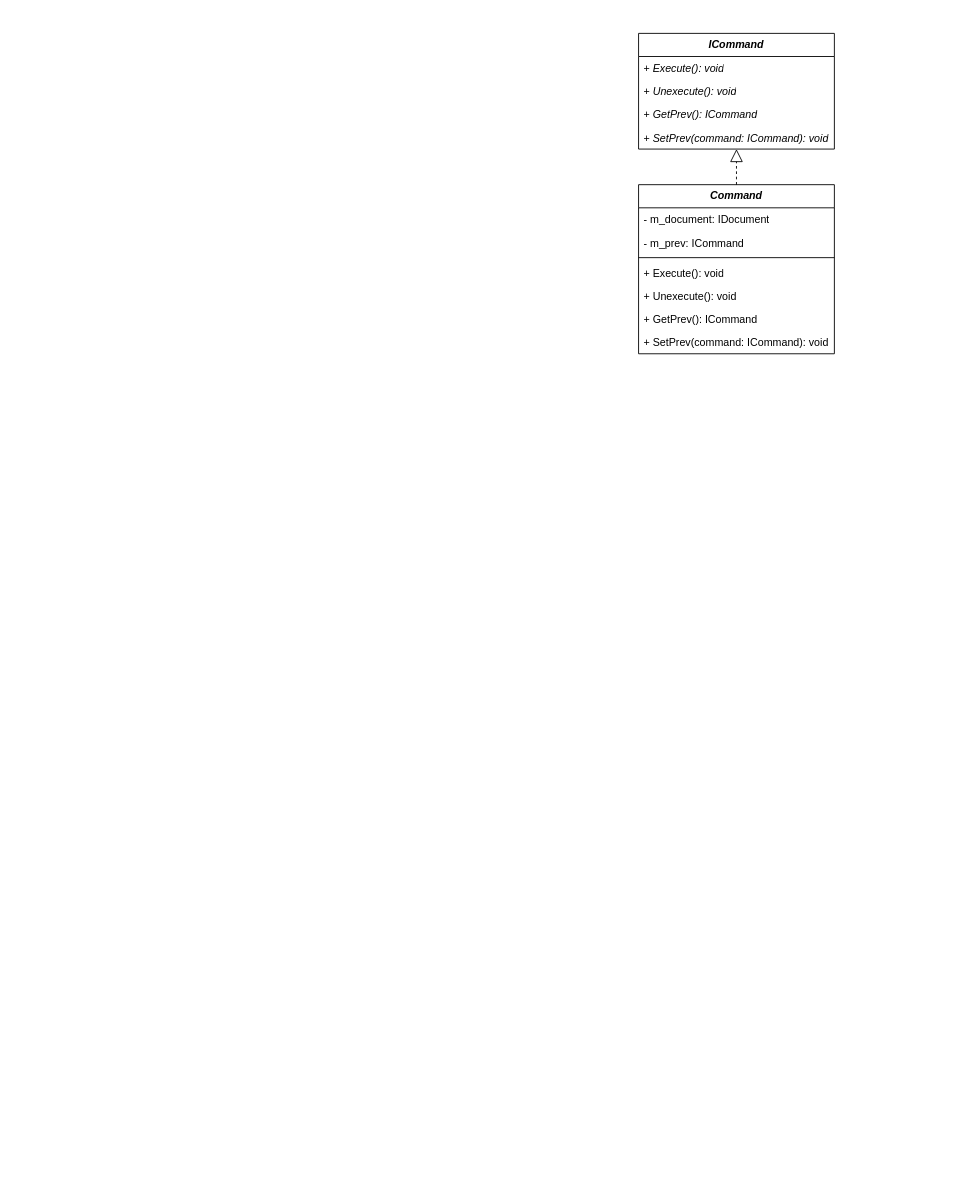
This is command/diagram.drawio from roman-kutimskii/object-oriented-design, a draw.io file, before an edit. Source tidied: cells renumbered, new cells numbered last; positions are measured from the earlier drawing's top-left corner, leaving out a move shared by most shapes. Both pictures are drawn from the tidied source at 89%, with x=0, y=0 at pixel (638, 33).
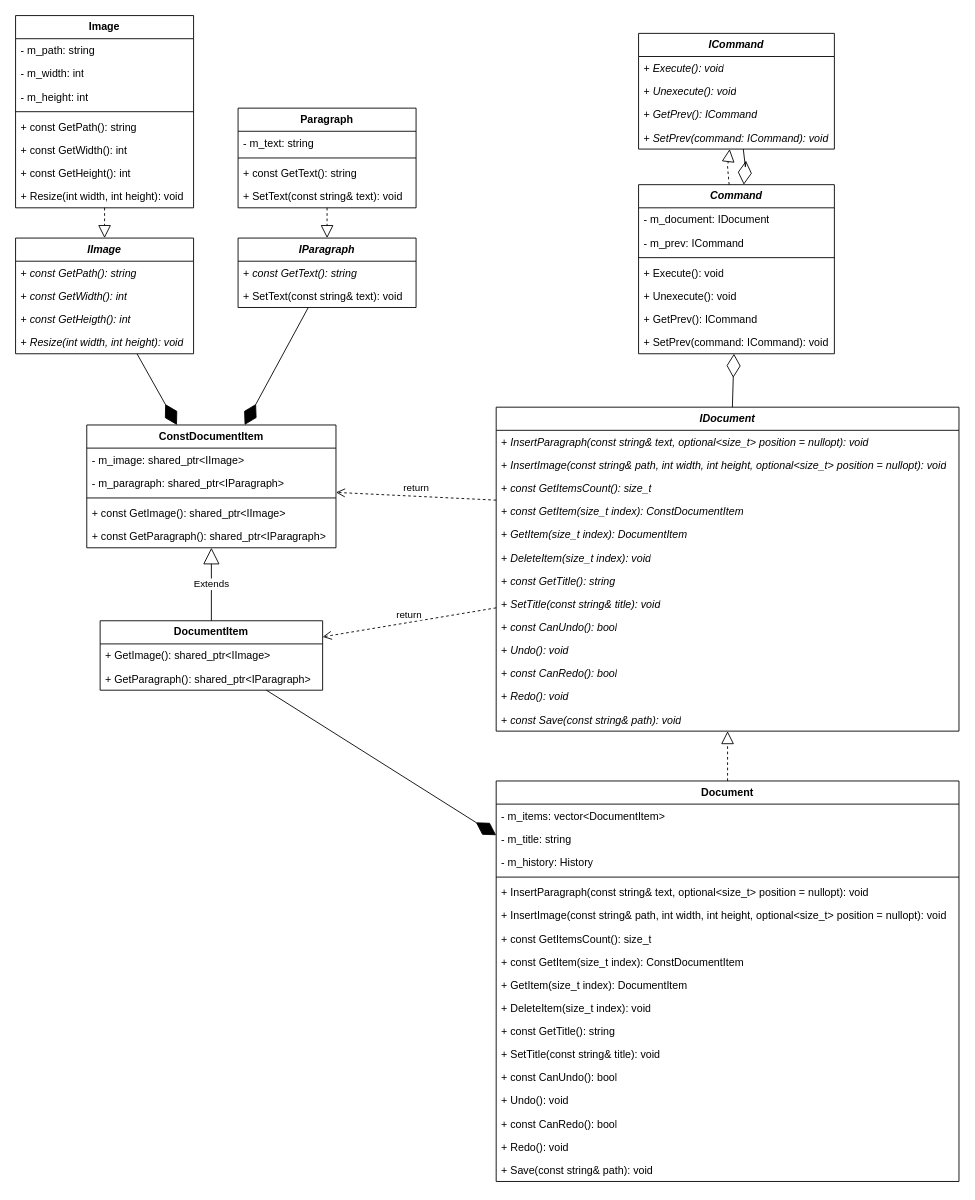
Above is the later version.

Commit message:
Дополнить диаграмму

The change refers to these unchanged cells:
```xml
<mxCell id="2" value="&lt;i&gt;&lt;b&gt;ICommand&lt;/b&gt;&lt;/i&gt;" style="swimlane;fontStyle=0;horizontal=1;startSize=26;fillColor=none;whiteSpace=wrap;html=1;" parent="1" vertex="1">
  <mxGeometry width="220" height="130" as="geometry" />
</mxCell>
<mxCell id="7" value="&lt;b&gt;&lt;i&gt;Command&lt;/i&gt;&lt;/b&gt;" style="swimlane;fontStyle=0;horizontal=1;startSize=26;fillColor=none;whiteSpace=wrap;html=1;" parent="1" vertex="1">
  <mxGeometry y="170" width="220" height="190" as="geometry" />
</mxCell>
```

Change to the diagram source:
```diff
@@
     <mxCell id="15" style="endArrow=block;dashed=1;endFill=0;endSize=12;html=1;rounded=0;" parent="1" edge="1" source="7" target="2">
-      <mxGeometry relative="1" as="geometry" />
+      <mxGeometry relative="1" as="geometry">
+        <Array as="points">
+          <mxPoint x="100" y="150" />
+        </Array>
+      </mxGeometry>
     </mxCell>
+    <mxCell id="16" value="&lt;b&gt;&lt;i&gt;IDocument&lt;/i&gt;&lt;/b&gt;" style="swimlane;fontStyle=0;horizontal=1;startSize=26;fillColor=none;whiteSpace=wrap;html=1;" parent="1" vertex="1">
+      <mxGeometry x="-160" y="420" width="520" height="364" as="geometry" />
+    </mxCell>
+    <mxCell id="17" value="+ &lt;i&gt;InsertParagraph(const string&amp;amp; text, optional&amp;lt;size_t&amp;gt; position = nullopt): void&lt;/i&gt;" style="text;strokeColor=none;fillColor=none;align=left;verticalAlign=top;spacingLeft=4;spacingRight=4;overflow=hidden;whiteSpace=wrap;html=1;" parent="16" vertex="1">
+      <mxGeometry y="26" width="520" height="26" as="geometry" />
+    </mxCell>
+    <mxCell id="18" value="+&amp;nbsp;&lt;i&gt;InsertImage(const string&amp;amp; path, int width, int height, optional&amp;lt;size_t&amp;gt; position = nullopt): void&lt;/i&gt;" style="text;strokeColor=none;fillColor=none;align=left;verticalAlign=top;spacingLeft=4;spacingRight=4;overflow=hidden;whiteSpace=wrap;html=1;" parent="16" vertex="1">
+      <mxGeometry y="52" width="520" height="26" as="geometry" />
+    </mxCell>
+    <mxCell id="19" value="+ &lt;i&gt;const GetItemsCount(): size_t&lt;/i&gt;" style="text;strokeColor=none;fillColor=none;align=left;verticalAlign=top;spacingLeft=4;spacingRight=4;overflow=hidden;whiteSpace=wrap;html=1;" parent="16" vertex="1">
+      <mxGeometry y="78" width="520" height="26" as="geometry" />
+    </mxCell>
+    <mxCell id="20" value="+ &lt;i&gt;const GetItem(size_t index): ConstDocumentItem&lt;/i&gt;" style="text;strokeColor=none;fillColor=none;align=left;verticalAlign=top;spacingLeft=4;spacingRight=4;overflow=hidden;points=[[0,0.5],[1,0.5]];portConstraint=eastwest;whiteSpace=wrap;html=1;" parent="16" vertex="1">
+      <mxGeometry y="104" width="520" height="26" as="geometry" />
+    </mxCell>
+    <mxCell id="21" value="+ &lt;i&gt;GetItem(size_t index): DocumentItem&lt;/i&gt;" style="text;strokeColor=none;fillColor=none;align=left;verticalAlign=top;spacingLeft=4;spacingRight=4;overflow=hidden;whiteSpace=wrap;html=1;" parent="16" vertex="1">
+      <mxGeometry y="130" width="520" height="26" as="geometry" />
+    </mxCell>
+    <mxCell id="22" value="+ &lt;i&gt;DeleteItem(size_t index): void&lt;/i&gt;" style="text;strokeColor=none;fillColor=none;align=left;verticalAlign=top;spacingLeft=4;spacingRight=4;overflow=hidden;whiteSpace=wrap;html=1;" parent="16" vertex="1">
+      <mxGeometry y="156" width="520" height="26" as="geometry" />
+    </mxCell>
+    <mxCell id="23" value="+ &lt;i&gt;const GetTitle(): string&lt;/i&gt;" style="text;strokeColor=none;fillColor=none;align=left;verticalAlign=top;spacingLeft=4;spacingRight=4;overflow=hidden;whiteSpace=wrap;html=1;" parent="16" vertex="1">
+      <mxGeometry y="182" width="520" height="26" as="geometry" />
+    </mxCell>
+    <mxCell id="24" value="+ &lt;i&gt;SetTitle(const string&amp;amp; title): void&lt;/i&gt;" style="text;strokeColor=none;fillColor=none;align=left;verticalAlign=top;spacingLeft=4;spacingRight=4;overflow=hidden;whiteSpace=wrap;html=1;" parent="16" vertex="1">
+      <mxGeometry y="208" width="520" height="26" as="geometry" />
+    </mxCell>
+    <mxCell id="25" value="+ &lt;i&gt;const&amp;nbsp;CanUndo(): bool&lt;/i&gt;" style="text;strokeColor=none;fillColor=none;align=left;verticalAlign=top;spacingLeft=4;spacingRight=4;overflow=hidden;whiteSpace=wrap;html=1;" parent="16" vertex="1">
+      <mxGeometry y="234" width="520" height="26" as="geometry" />
+    </mxCell>
+    <mxCell id="26" value="+ &lt;i&gt;Undo(): void&lt;/i&gt;" style="text;strokeColor=none;fillColor=none;align=left;verticalAlign=top;spacingLeft=4;spacingRight=4;overflow=hidden;whiteSpace=wrap;html=1;" parent="16" vertex="1">
+      <mxGeometry y="260" width="520" height="26" as="geometry" />
+    </mxCell>
+    <mxCell id="27" value="+ &lt;i&gt;const CanRedo(): bool&lt;/i&gt;" style="text;strokeColor=none;fillColor=none;align=left;verticalAlign=top;spacingLeft=4;spacingRight=4;overflow=hidden;whiteSpace=wrap;html=1;" parent="16" vertex="1">
+      <mxGeometry y="286" width="520" height="26" as="geometry" />
+    </mxCell>
+    <mxCell id="28" value="+ &lt;i&gt;Redo(): void&lt;/i&gt;" style="text;strokeColor=none;fillColor=none;align=left;verticalAlign=top;spacingLeft=4;spacingRight=4;overflow=hidden;whiteSpace=wrap;html=1;" parent="16" vertex="1">
+      <mxGeometry y="312" width="520" height="26" as="geometry" />
+    </mxCell>
+    <mxCell id="29" value="+ &lt;i&gt;const Save(const string&amp;amp; path): void&lt;/i&gt;" style="text;strokeColor=none;fillColor=none;align=left;verticalAlign=top;spacingLeft=4;spacingRight=4;overflow=hidden;whiteSpace=wrap;html=1;" parent="16" vertex="1">
+      <mxGeometry y="338" width="520" height="26" as="geometry" />
+    </mxCell>
+    <mxCell id="30" style="endArrow=diamondThin;endFill=0;endSize=24;html=1;rounded=0;" parent="1" edge="1" source="16" target="7">
+      <mxGeometry relative="1" as="geometry" />
+    </mxCell>
+    <mxCell id="31" style="endArrow=diamondThin;endFill=0;endSize=24;html=1;rounded=0;" parent="1" edge="1" source="2" target="7">
+      <mxGeometry relative="1" as="geometry">
+        <Array as="points">
+          <mxPoint x="120" y="150" />
+        </Array>
+      </mxGeometry>
+    </mxCell>
+    <mxCell id="32" value="&lt;b&gt;ConstDocumentItem&lt;/b&gt;" style="swimlane;fontStyle=0;horizontal=1;startSize=26;fillColor=none;whiteSpace=wrap;html=1;" parent="1" vertex="1">
+      <mxGeometry x="-620" y="440" width="280" height="138" as="geometry" />
+    </mxCell>
+    <mxCell id="33" value="- m_image: shared_ptr&amp;lt;IImage&amp;gt;" style="text;strokeColor=none;fillColor=none;align=left;verticalAlign=top;spacingLeft=4;spacingRight=4;overflow=hidden;whiteSpace=wrap;html=1;" parent="32" vertex="1">
+      <mxGeometry y="26" width="280" height="26" as="geometry" />
+    </mxCell>
+    <mxCell id="34" value="- m_paragraph: shared_ptr&amp;lt;IParagraph&amp;gt;" style="text;strokeColor=none;fillColor=none;align=left;verticalAlign=top;spacingLeft=4;spacingRight=4;overflow=hidden;whiteSpace=wrap;html=1;" parent="32" vertex="1">
+      <mxGeometry y="52" width="280" height="26" as="geometry" />
+    </mxCell>
+    <mxCell id="35" style="line;strokeWidth=1;fillColor=none;align=left;verticalAlign=middle;spacingTop=-1;spacingLeft=3;spacingRight=3;labelPosition=right;strokeColor=inherit;" parent="32" vertex="1">
+      <mxGeometry y="78" width="280" height="8" as="geometry" />
+    </mxCell>
+    <mxCell id="36" value="+ const GetImage(): shared_ptr&amp;lt;IImage&amp;gt;" style="text;strokeColor=none;fillColor=none;align=left;verticalAlign=top;spacingLeft=4;spacingRight=4;overflow=hidden;whiteSpace=wrap;html=1;" parent="32" vertex="1">
+      <mxGeometry y="86" width="280" height="26" as="geometry" />
+    </mxCell>
+    <mxCell id="37" value="+ const GetParagraph(): shared_ptr&amp;lt;IParagraph&amp;gt;" style="text;strokeColor=none;fillColor=none;align=left;verticalAlign=top;spacingLeft=4;spacingRight=4;overflow=hidden;whiteSpace=wrap;html=1;" parent="32" vertex="1">
+      <mxGeometry y="112" width="280" height="26" as="geometry" />
+    </mxCell>
+    <mxCell id="38" value="return" style="html=1;verticalAlign=bottom;endArrow=open;dashed=1;endSize=8;curved=0;rounded=0;" parent="1" edge="1" source="20" target="32">
+      <mxGeometry relative="1" as="geometry" />
+    </mxCell>
+    <mxCell id="39" value="&lt;b&gt;DocumentItem&lt;/b&gt;" style="swimlane;fontStyle=0;horizontal=1;startSize=26;fillColor=none;whiteSpace=wrap;html=1;" parent="1" vertex="1">
+      <mxGeometry x="-605" y="660" width="250" height="78" as="geometry" />
+    </mxCell>
+    <mxCell id="40" value="+ GetImage(): shared_ptr&amp;lt;IImage&amp;gt;" style="text;strokeColor=none;fillColor=none;align=left;verticalAlign=top;spacingLeft=4;spacingRight=4;overflow=hidden;whiteSpace=wrap;html=1;" parent="39" vertex="1">
+      <mxGeometry y="26" width="250" height="26" as="geometry" />
+    </mxCell>
+    <mxCell id="41" value="+ GetParagraph(): shared_ptr&amp;lt;IParagraph&amp;gt;" style="text;strokeColor=none;fillColor=none;align=left;verticalAlign=top;spacingLeft=4;spacingRight=4;overflow=hidden;whiteSpace=wrap;html=1;" parent="39" vertex="1">
+      <mxGeometry y="52" width="250" height="26" as="geometry" />
+    </mxCell>
+    <mxCell id="42" value="Extends" style="endArrow=block;endSize=16;endFill=0;html=1;rounded=0;" parent="1" edge="1" source="39" target="32">
+      <mxGeometry relative="1" as="geometry" />
+    </mxCell>
+    <mxCell id="43" value="return" style="html=1;verticalAlign=bottom;endArrow=open;dashed=1;endSize=8;curved=0;rounded=0;" parent="1" edge="1" source="16" target="39">
+      <mxGeometry relative="1" as="geometry" />
+    </mxCell>
+    <mxCell id="44" value="&lt;b&gt;Document&lt;/b&gt;" style="swimlane;fontStyle=0;horizontal=1;startSize=26;fillColor=none;whiteSpace=wrap;html=1;" parent="1" vertex="1">
+      <mxGeometry x="-160" y="840" width="520" height="450" as="geometry" />
+    </mxCell>
+    <mxCell id="45" value="- m_items: vector&amp;lt;DocumentItem&amp;gt;" style="text;strokeColor=none;fillColor=none;align=left;verticalAlign=top;spacingLeft=4;spacingRight=4;overflow=hidden;whiteSpace=wrap;html=1;" parent="44" vertex="1">
+      <mxGeometry y="26" width="520" height="26" as="geometry" />
+    </mxCell>
+    <mxCell id="46" value="- m_title: string" style="text;strokeColor=none;fillColor=none;align=left;verticalAlign=top;spacingLeft=4;spacingRight=4;overflow=hidden;whiteSpace=wrap;html=1;" parent="44" vertex="1">
+      <mxGeometry y="52" width="520" height="26" as="geometry" />
+    </mxCell>
+    <mxCell id="47" value="- m_history: History" style="text;strokeColor=none;fillColor=none;align=left;verticalAlign=top;spacingLeft=4;spacingRight=4;overflow=hidden;whiteSpace=wrap;html=1;" parent="44" vertex="1">
+      <mxGeometry y="78" width="520" height="26" as="geometry" />
+    </mxCell>
+    <mxCell id="48" style="line;strokeWidth=1;fillColor=none;align=left;verticalAlign=middle;spacingTop=-1;spacingLeft=3;spacingRight=3;labelPosition=right;strokeColor=inherit;" parent="44" vertex="1">
+      <mxGeometry y="104" width="520" height="8" as="geometry" />
+    </mxCell>
+    <mxCell id="49" value="+ InsertParagraph(const string&amp;amp; text, optional&amp;lt;size_t&amp;gt; position = nullopt): void" style="text;strokeColor=none;fillColor=none;align=left;verticalAlign=top;spacingLeft=4;spacingRight=4;overflow=hidden;whiteSpace=wrap;html=1;" parent="44" vertex="1">
+      <mxGeometry y="112" width="520" height="26" as="geometry" />
+    </mxCell>
+    <mxCell id="50" value="+ InsertImage(const string&amp;amp; path, int width, int height, optional&amp;lt;size_t&amp;gt; position = nullopt): void" style="text;strokeColor=none;fillColor=none;align=left;verticalAlign=top;spacingLeft=4;spacingRight=4;overflow=hidden;whiteSpace=wrap;html=1;" parent="44" vertex="1">
+      <mxGeometry y="138" width="520" height="26" as="geometry" />
+    </mxCell>
+    <mxCell id="51" value="+ const GetItemsCount(): size_t" style="text;strokeColor=none;fillColor=none;align=left;verticalAlign=top;spacingLeft=4;spacingRight=4;overflow=hidden;whiteSpace=wrap;html=1;" parent="44" vertex="1">
+      <mxGeometry y="164" width="520" height="26" as="geometry" />
+    </mxCell>
+    <mxCell id="52" value="+ const GetItem(size_t index): ConstDocumentItem" style="text;strokeColor=none;fillColor=none;align=left;verticalAlign=top;spacingLeft=4;spacingRight=4;overflow=hidden;whiteSpace=wrap;html=1;" parent="44" vertex="1">
+      <mxGeometry y="190" width="520" height="26" as="geometry" />
+    </mxCell>
+    <mxCell id="53" value="+ GetItem(size_t index): DocumentItem" style="text;strokeColor=none;fillColor=none;align=left;verticalAlign=top;spacingLeft=4;spacingRight=4;overflow=hidden;whiteSpace=wrap;html=1;" parent="44" vertex="1">
+      <mxGeometry y="216" width="520" height="26" as="geometry" />
+    </mxCell>
+    <mxCell id="54" value="+ DeleteItem(size_t index): void" style="text;strokeColor=none;fillColor=none;align=left;verticalAlign=top;spacingLeft=4;spacingRight=4;overflow=hidden;whiteSpace=wrap;html=1;" parent="44" vertex="1">
+      <mxGeometry y="242" width="520" height="26" as="geometry" />
+    </mxCell>
+    <mxCell id="55" value="+ const GetTitle(): string" style="text;strokeColor=none;fillColor=none;align=left;verticalAlign=top;spacingLeft=4;spacingRight=4;overflow=hidden;whiteSpace=wrap;html=1;" parent="44" vertex="1">
+      <mxGeometry y="268" width="520" height="26" as="geometry" />
+    </mxCell>
+    <mxCell id="56" value="+ SetTitle(const string&amp;amp; title): void" style="text;strokeColor=none;fillColor=none;align=left;verticalAlign=top;spacingLeft=4;spacingRight=4;overflow=hidden;whiteSpace=wrap;html=1;" parent="44" vertex="1">
+      <mxGeometry y="294" width="520" height="26" as="geometry" />
+    </mxCell>
+    <mxCell id="57" value="+ const CanUndo(): bool" style="text;strokeColor=none;fillColor=none;align=left;verticalAlign=top;spacingLeft=4;spacingRight=4;overflow=hidden;whiteSpace=wrap;html=1;" parent="44" vertex="1">
+      <mxGeometry y="320" width="520" height="26" as="geometry" />
+    </mxCell>
+    <mxCell id="58" value="+ Undo(): void" style="text;strokeColor=none;fillColor=none;align=left;verticalAlign=top;spacingLeft=4;spacingRight=4;overflow=hidden;whiteSpace=wrap;html=1;" parent="44" vertex="1">
+      <mxGeometry y="346" width="520" height="26" as="geometry" />
+    </mxCell>
+    <mxCell id="59" value="+ const CanRedo(): bool" style="text;strokeColor=none;fillColor=none;align=left;verticalAlign=top;spacingLeft=4;spacingRight=4;overflow=hidden;whiteSpace=wrap;html=1;" parent="44" vertex="1">
+      <mxGeometry y="372" width="520" height="26" as="geometry" />
+    </mxCell>
+    <mxCell id="60" value="+ Redo(): void" style="text;strokeColor=none;fillColor=none;align=left;verticalAlign=top;spacingLeft=4;spacingRight=4;overflow=hidden;whiteSpace=wrap;html=1;" parent="44" vertex="1">
+      <mxGeometry y="398" width="520" height="26" as="geometry" />
+    </mxCell>
+    <mxCell id="61" value="+ Save(const string&amp;amp; path): void" style="text;strokeColor=none;fillColor=none;align=left;verticalAlign=top;spacingLeft=4;spacingRight=4;overflow=hidden;whiteSpace=wrap;html=1;" parent="44" vertex="1">
+      <mxGeometry y="424" width="520" height="26" as="geometry" />
+    </mxCell>
+    <mxCell id="62" style="endArrow=block;dashed=1;endFill=0;endSize=12;html=1;rounded=0;" parent="1" edge="1" source="44" target="16">
+      <mxGeometry relative="1" as="geometry" />
+    </mxCell>
+    <mxCell id="63" style="endArrow=diamondThin;endFill=1;endSize=24;html=1;rounded=0;" parent="1" edge="1" source="39" target="44">
+      <mxGeometry relative="1" as="geometry" />
+    </mxCell>
+    <mxCell id="64" value="&lt;b&gt;&lt;i&gt;IImage&lt;/i&gt;&lt;/b&gt;" style="swimlane;fontStyle=0;horizontal=1;startSize=26;fillColor=none;whiteSpace=wrap;html=1;" parent="1" vertex="1">
+      <mxGeometry x="-700" y="230" width="200" height="130" as="geometry" />
+    </mxCell>
+    <mxCell id="65" value="+ &lt;i&gt;const GetPath(): string&lt;/i&gt;" style="text;strokeColor=none;fillColor=none;align=left;verticalAlign=top;spacingLeft=4;spacingRight=4;overflow=hidden;whiteSpace=wrap;html=1;" parent="64" vertex="1">
+      <mxGeometry y="26" width="200" height="26" as="geometry" />
+    </mxCell>
+    <mxCell id="66" value="+ &lt;i&gt;const GetWidth(): int&lt;/i&gt;" style="text;strokeColor=none;fillColor=none;align=left;verticalAlign=top;spacingLeft=4;spacingRight=4;overflow=hidden;whiteSpace=wrap;html=1;" parent="64" vertex="1">
+      <mxGeometry y="52" width="200" height="26" as="geometry" />
+    </mxCell>
+    <mxCell id="67" value="+ &lt;i&gt;const GetHeigth(): int&lt;/i&gt;" style="text;strokeColor=none;fillColor=none;align=left;verticalAlign=top;spacingLeft=4;spacingRight=4;overflow=hidden;whiteSpace=wrap;html=1;" parent="64" vertex="1">
+      <mxGeometry y="78" width="200" height="26" as="geometry" />
+    </mxCell>
+    <mxCell id="68" value="+ &lt;i&gt;Resize(int width, int height): void&lt;/i&gt;" style="text;strokeColor=none;fillColor=none;align=left;verticalAlign=top;spacingLeft=4;spacingRight=4;overflow=hidden;whiteSpace=wrap;html=1;" parent="64" vertex="1">
+      <mxGeometry y="104" width="200" height="26" as="geometry" />
+    </mxCell>
+    <mxCell id="69" value="&lt;b&gt;&lt;i&gt;IParagraph&lt;/i&gt;&lt;/b&gt;" style="swimlane;fontStyle=0;horizontal=1;startSize=26;fillColor=none;whiteSpace=wrap;html=1;" parent="1" vertex="1">
+      <mxGeometry x="-450" y="230" width="200" height="78" as="geometry" />
+    </mxCell>
+    <mxCell id="70" value="+ &lt;i&gt;const&amp;nbsp;GetText(): string&lt;/i&gt;" style="text;strokeColor=none;fillColor=none;align=left;verticalAlign=top;spacingLeft=4;spacingRight=4;overflow=hidden;whiteSpace=wrap;html=1;" parent="69" vertex="1">
+      <mxGeometry y="26" width="200" height="26" as="geometry" />
+    </mxCell>
+    <mxCell id="71" value="+ SetText(const string&amp;amp; text): void" style="text;strokeColor=none;fillColor=none;align=left;verticalAlign=top;spacingLeft=4;spacingRight=4;overflow=hidden;whiteSpace=wrap;html=1;" parent="69" vertex="1">
+      <mxGeometry y="52" width="200" height="26" as="geometry" />
+    </mxCell>
+    <mxCell id="72" style="endArrow=diamondThin;endFill=1;endSize=24;html=1;rounded=0;" parent="1" edge="1" source="64" target="32">
+      <mxGeometry relative="1" as="geometry" />
+    </mxCell>
+    <mxCell id="73" style="endArrow=diamondThin;endFill=1;endSize=24;html=1;rounded=0;" parent="1" edge="1" source="69" target="32">
+      <mxGeometry relative="1" as="geometry" />
+    </mxCell>
+    <mxCell id="74" value="&lt;b&gt;Image&lt;/b&gt;" style="swimlane;fontStyle=0;horizontal=1;startSize=26;fillColor=none;whiteSpace=wrap;html=1;" parent="1" vertex="1">
+      <mxGeometry x="-700" y="-20" width="200" height="216" as="geometry" />
+    </mxCell>
+    <mxCell id="75" value="- m_path: string" style="text;strokeColor=none;fillColor=none;align=left;verticalAlign=top;spacingLeft=4;spacingRight=4;overflow=hidden;whiteSpace=wrap;html=1;" parent="74" vertex="1">
+      <mxGeometry y="26" width="200" height="26" as="geometry" />
+    </mxCell>
+    <mxCell id="76" value="- m_width: int" style="text;strokeColor=none;fillColor=none;align=left;verticalAlign=top;spacingLeft=4;spacingRight=4;overflow=hidden;whiteSpace=wrap;html=1;" parent="74" vertex="1">
+      <mxGeometry y="52" width="200" height="26" as="geometry" />
+    </mxCell>
+    <mxCell id="77" value="- m_height: int" style="text;strokeColor=none;fillColor=none;align=left;verticalAlign=top;spacingLeft=4;spacingRight=4;overflow=hidden;whiteSpace=wrap;html=1;" parent="74" vertex="1">
+      <mxGeometry y="78" width="200" height="26" as="geometry" />
+    </mxCell>
+    <mxCell id="78" style="line;strokeWidth=1;fillColor=none;align=left;verticalAlign=middle;spacingTop=-1;spacingLeft=3;spacingRight=3;labelPosition=right;strokeColor=inherit;" parent="74" vertex="1">
+      <mxGeometry y="104" width="200" height="8" as="geometry" />
+    </mxCell>
+    <mxCell id="79" value="+ const GetPath(): string" style="text;strokeColor=none;fillColor=none;align=left;verticalAlign=top;spacingLeft=4;spacingRight=4;overflow=hidden;whiteSpace=wrap;html=1;" parent="74" vertex="1">
+      <mxGeometry y="112" width="200" height="26" as="geometry" />
+    </mxCell>
+    <mxCell id="80" value="+ const GetWidth(): int" style="text;strokeColor=none;fillColor=none;align=left;verticalAlign=top;spacingLeft=4;spacingRight=4;overflow=hidden;whiteSpace=wrap;html=1;" parent="74" vertex="1">
+      <mxGeometry y="138" width="200" height="26" as="geometry" />
+    </mxCell>
+    <mxCell id="81" value="+ const GetHeight(): int" style="text;strokeColor=none;fillColor=none;align=left;verticalAlign=top;spacingLeft=4;spacingRight=4;overflow=hidden;whiteSpace=wrap;html=1;" parent="74" vertex="1">
+      <mxGeometry y="164" width="200" height="26" as="geometry" />
+    </mxCell>
+    <mxCell id="82" value="+ Resize(int width, int height): void" style="text;strokeColor=none;fillColor=none;align=left;verticalAlign=top;spacingLeft=4;spacingRight=4;overflow=hidden;whiteSpace=wrap;html=1;" parent="74" vertex="1">
+      <mxGeometry y="190" width="200" height="26" as="geometry" />
+    </mxCell>
+    <mxCell id="83" style="endArrow=block;dashed=1;endFill=0;endSize=12;html=1;rounded=0;" parent="1" edge="1" source="74" target="64">
+      <mxGeometry relative="1" as="geometry" />
+    </mxCell>
+    <mxCell id="84" value="&lt;b&gt;Paragraph&lt;/b&gt;" style="swimlane;fontStyle=0;horizontal=1;startSize=26;fillColor=none;whiteSpace=wrap;html=1;" parent="1" vertex="1">
+      <mxGeometry x="-450" y="84" width="200" height="112" as="geometry" />
+    </mxCell>
+    <mxCell id="85" value="- m_text: string" style="text;strokeColor=none;fillColor=none;align=left;verticalAlign=top;spacingLeft=4;spacingRight=4;overflow=hidden;whiteSpace=wrap;html=1;" parent="84" vertex="1">
+      <mxGeometry y="26" width="200" height="26" as="geometry" />
+    </mxCell>
+    <mxCell id="86" style="line;strokeWidth=1;fillColor=none;align=left;verticalAlign=middle;spacingTop=-1;spacingLeft=3;spacingRight=3;labelPosition=right;strokeColor=inherit;" parent="84" vertex="1">
+      <mxGeometry y="52" width="200" height="8" as="geometry" />
+    </mxCell>
+    <mxCell id="87" value="+ const GetText(): string" style="text;strokeColor=none;fillColor=none;align=left;verticalAlign=top;spacingLeft=4;spacingRight=4;overflow=hidden;whiteSpace=wrap;html=1;" parent="84" vertex="1">
+      <mxGeometry y="60" width="200" height="26" as="geometry" />
+    </mxCell>
+    <mxCell id="88" value="+ SetText(const string&amp;amp; text): void" style="text;strokeColor=none;fillColor=none;align=left;verticalAlign=top;spacingLeft=4;spacingRight=4;overflow=hidden;whiteSpace=wrap;html=1;" parent="84" vertex="1">
+      <mxGeometry y="86" width="200" height="26" as="geometry" />
+    </mxCell>
+    <mxCell id="89" style="endArrow=block;dashed=1;endFill=0;endSize=12;html=1;rounded=0;" parent="1" edge="1" source="84" target="69">
+      <mxGeometry relative="1" as="geometry" />
+    </mxCell>
```
